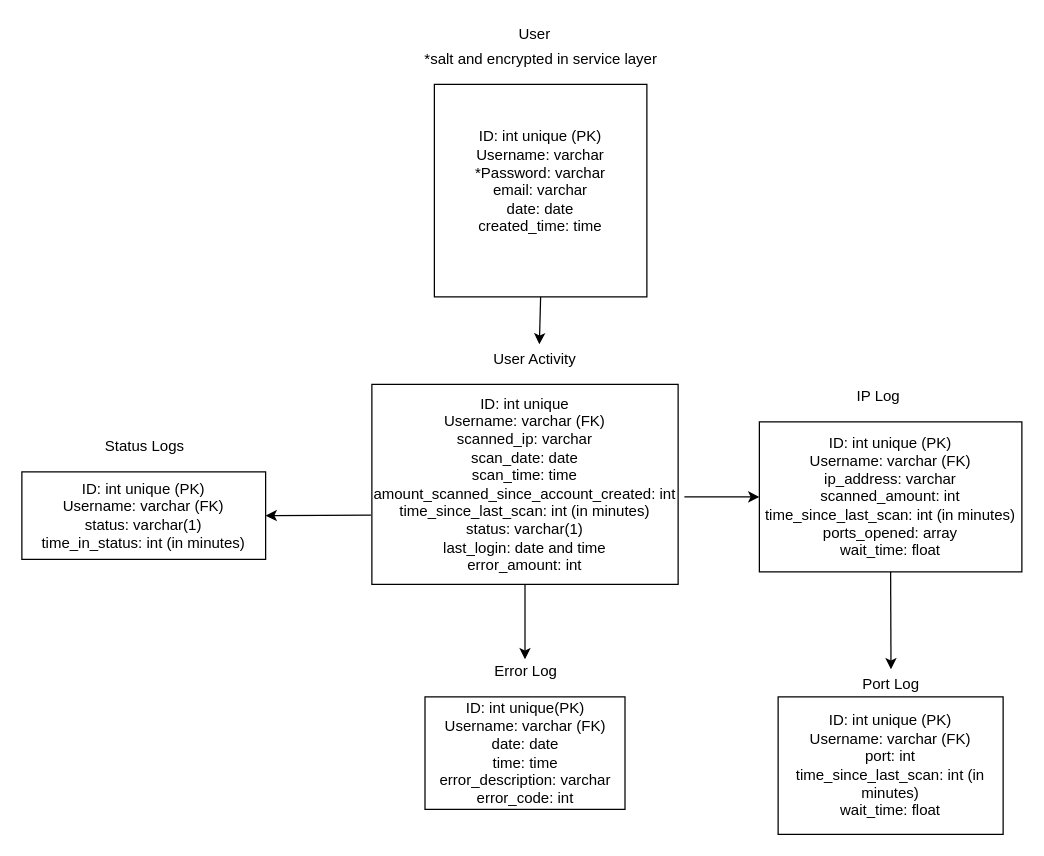
Above: Model.drawio in shamu332/PortMap (draw.io), before the change. Source tidied: cells renumbered, new cells numbered last; positions are measured from the earlier drawing's top-left corner, leaving out a move shared by most shapes. Both pictures are drawn from the tidied source at 125%, with x=0, y=0 at pixel (21, 21).
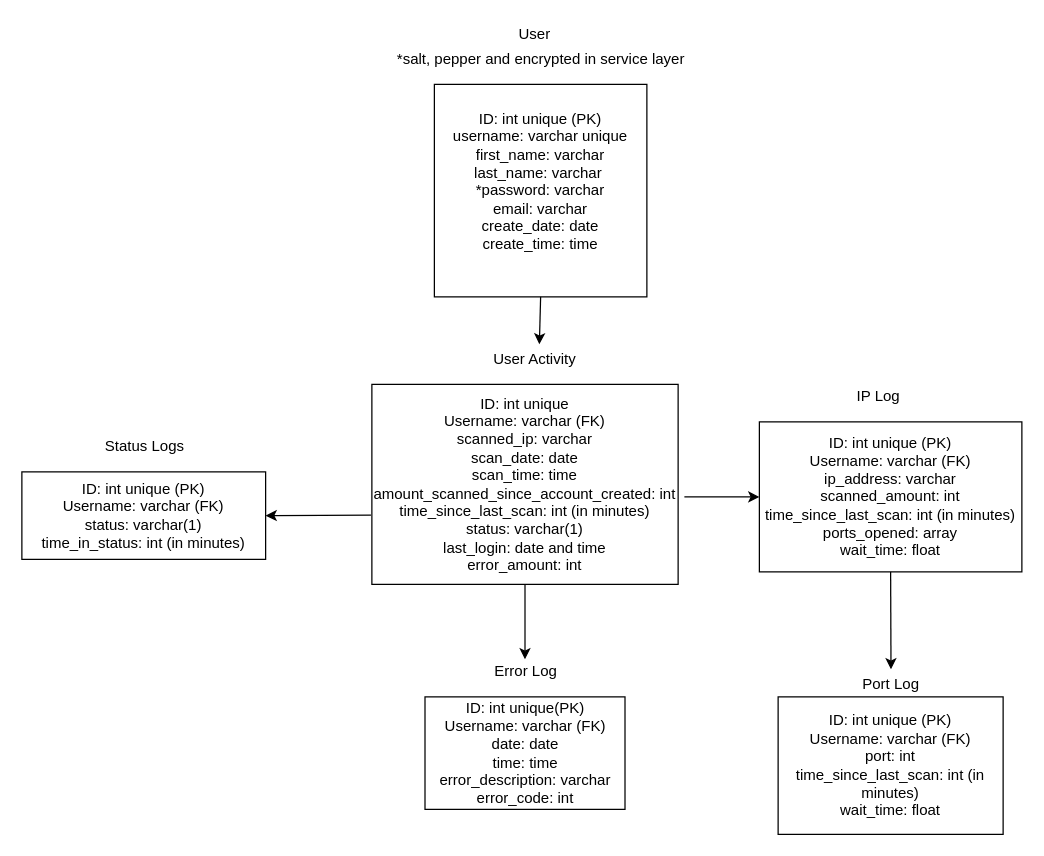
After the change.

Diff of the diagram source:
```diff
@@
-    <mxCell id="2" value="ID: int unique (PK)&lt;br&gt;Username: varchar&lt;br&gt;*Password: varchar&lt;br&gt;email: varchar&lt;br&gt;date: date&lt;br&gt;created_time: time&lt;br&gt;&amp;nbsp;" style="whiteSpace=wrap;html=1;" parent="1" vertex="1">
+    <mxCell id="2" value="ID: int unique (PK)&lt;br&gt;username: varchar unique&lt;br&gt;first_name: varchar&lt;br&gt;last_name: varchar&amp;nbsp;&lt;br&gt;*password: varchar&lt;br&gt;email: varchar&lt;br&gt;create_date: date&lt;br&gt;create_time: time&lt;br&gt;&amp;nbsp;" style="whiteSpace=wrap;html=1;" parent="1" vertex="1">
       <mxGeometry x="330" y="50" width="170" height="170" as="geometry" />
     </mxCell>
@@
-    <mxCell id="4" value="*salt and encrypted in service layer" style="text;html=1;align=center;verticalAlign=middle;strokeColor=none;fillColor=none;" parent="1" vertex="1">
-      <mxGeometry x="315" y="20" width="200" height="20" as="geometry" />
+    <mxCell id="4" value="*salt, pepper and encrypted in service layer" style="text;html=1;align=center;verticalAlign=middle;strokeColor=none;fillColor=none;" parent="1" vertex="1">
+      <mxGeometry x="290" y="20" width="250" height="20" as="geometry" />
     </mxCell>
```
